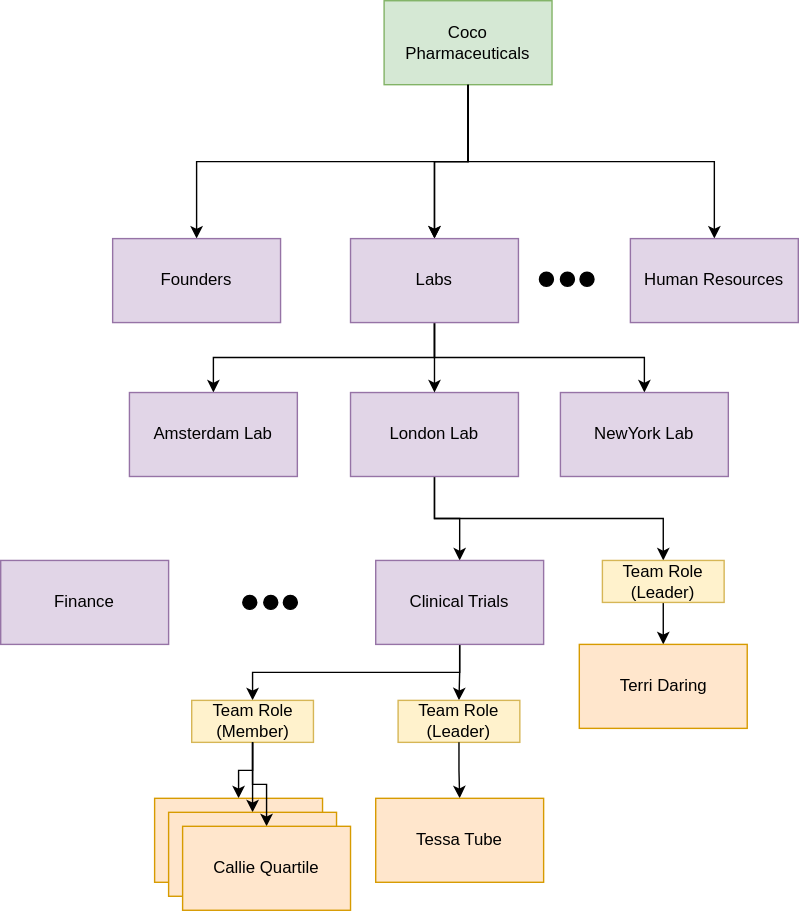
Above: site/docs/features/people-roles-organizations/coco-org-structure.svg in odpi/egeria-docs (draw.io), before the change. Source tidied: cells renumbered, new cells last; positions are measured from the earlier drawing's top-left corner, leaving out a move shared by most shapes.
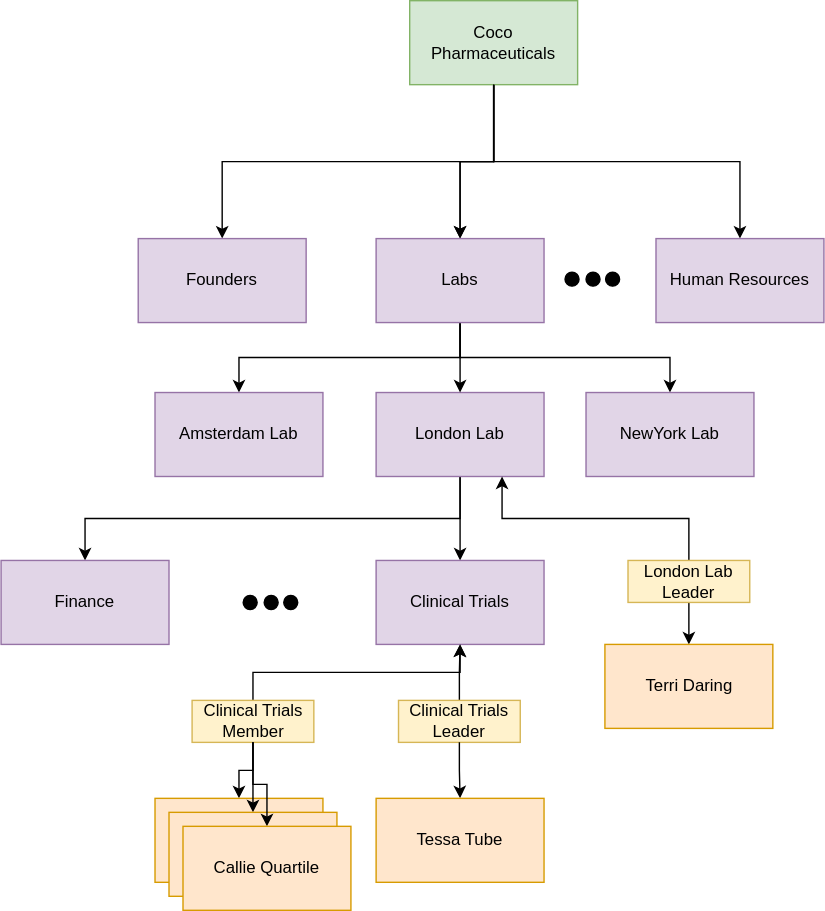
Above is the later version.

What changed in the source:
```diff
@@ -2,7 +2,7 @@
   <root>
     <mxCell id="0" />
     <mxCell id="1" parent="0" />
-    <mxCell id="2" style="edgeStyle=orthogonalEdgeStyle;rounded=0;jettySize=auto;html=1;exitX=0.5;exitY=1;exitDx=0;exitDy=0;entryX=0.5;entryY=0;entryDx=0;entryDy=0;" parent="1" edge="1" source="3" target="40">
+    <mxCell id="2" style="edgeStyle=orthogonalEdgeStyle;rounded=0;jettySize=auto;html=1;exitX=0.5;exitY=1;exitDx=0;exitDy=0;entryX=0.5;entryY=0;entryDx=0;entryDy=0;" parent="1" edge="1" source="3" target="41">
       <mxGeometry relative="1" as="geometry" />
     </mxCell>
     <mxCell id="3" value="Coco Pharmaceuticals" style="rounded=0;whiteSpace=wrap;html=1;fillColor=#d5e8d4;strokeColor=#82b366;" parent="1" vertex="1">
@@ -11,7 +11,7 @@
     <mxCell id="4" style="edgeStyle=orthogonalEdgeStyle;rounded=0;jettySize=auto;html=1;exitX=0.5;exitY=1;exitDx=0;exitDy=0;" parent="1" edge="1" source="3" target="7">
       <mxGeometry relative="1" as="geometry" />
     </mxCell>
-    <mxCell id="5" style="edgeStyle=orthogonalEdgeStyle;rounded=0;jettySize=auto;html=1;entryX=0.5;entryY=0;entryDx=0;entryDy=0;" parent="1" edge="1" source="3" target="40">
+    <mxCell id="5" style="edgeStyle=orthogonalEdgeStyle;rounded=0;jettySize=auto;html=1;entryX=0.5;entryY=0;entryDx=0;entryDy=0;" parent="1" edge="1" source="3" target="41">
       <mxGeometry relative="1" as="geometry" />
     </mxCell>
     <mxCell id="6" style="edgeStyle=orthogonalEdgeStyle;rounded=0;jettySize=auto;html=1;exitX=0.5;exitY=1;exitDx=0;exitDy=0;" parent="1" edge="1" source="3" target="11">
@@ -20,15 +20,10 @@
     <mxCell id="7" value="Founders" style="rounded=0;whiteSpace=wrap;html=1;fillColor=#e1d5e7;strokeColor=#9673a6;" parent="1" vertex="1">
       <mxGeometry x="80" y="170" width="120" height="60" as="geometry" />
     </mxCell>
-    <mxCell id="8" style="edgeStyle=orthogonalEdgeStyle;rounded=0;jettySize=auto;html=1;exitX=0.5;exitY=1;exitDx=0;exitDy=0;entryX=0.5;entryY=0;entryDx=0;entryDy=0;" parent="1" edge="1" source="10" target="17">
-      <mxGeometry relative="1" as="geometry">
-        <Array as="points">
-          <mxPoint x="310" y="370" />
-          <mxPoint x="328" y="370" />
-        </Array>
-      </mxGeometry>
+    <mxCell id="8" style="edgeStyle=orthogonalEdgeStyle;rounded=0;jettySize=auto;html=1;exitX=0.5;exitY=1;exitDx=0;exitDy=0;entryX=0.5;entryY=0;entryDx=0;entryDy=0;" parent="1" edge="1" source="10" target="16">
+      <mxGeometry relative="1" as="geometry" />
     </mxCell>
-    <mxCell id="9" style="edgeStyle=orthogonalEdgeStyle;rounded=0;jettySize=auto;html=1;exitX=0.5;exitY=1;exitDx=0;exitDy=0;" parent="1" edge="1" source="10" target="13">
+    <mxCell id="9" style="edgeStyle=orthogonalEdgeStyle;rounded=0;jettySize=auto;html=1;exitX=0.5;exitY=1;exitDx=0;exitDy=0;" parent="1" edge="1" source="10" target="15">
       <mxGeometry relative="1" as="geometry" />
     </mxCell>
     <mxCell id="10" value="London Lab" style="rounded=0;whiteSpace=wrap;html=1;fillColor=#e1d5e7;strokeColor=#9673a6;" parent="1" vertex="1">
@@ -37,98 +32,101 @@
     <mxCell id="11" value="Human Resources" style="rounded=0;whiteSpace=wrap;html=1;fillColor=#e1d5e7;strokeColor=#9673a6;" parent="1" vertex="1">
       <mxGeometry x="450" y="170" width="120" height="60" as="geometry" />
     </mxCell>
-    <mxCell id="12" style="edgeStyle=orthogonalEdgeStyle;rounded=0;jettySize=auto;html=1;exitX=0.5;exitY=1;exitDx=0;exitDy=0;" parent="1" edge="1" source="13" target="18">
+    <mxCell id="12" style="edgeStyle=orthogonalEdgeStyle;rounded=0;jettySize=auto;html=1;exitX=0.5;exitY=1;exitDx=0;exitDy=0;" parent="1" edge="1" source="14" target="17">
       <mxGeometry relative="1" as="geometry" />
     </mxCell>
-    <mxCell id="13" value="Team Role&lt;br&gt;(Leader)" style="rounded=0;whiteSpace=wrap;html=1;fillColor=#fff2cc;strokeColor=#d6b656;" parent="1" vertex="1">
-      <mxGeometry x="430" y="400" width="87" height="30" as="geometry" />
+    <mxCell id="13" style="edgeStyle=orthogonalEdgeStyle;rounded=0;jettySize=auto;html=1;exitX=0.5;exitY=0;exitDx=0;exitDy=0;entryX=0.75;entryY=1;entryDx=0;entryDy=0;" parent="1" edge="1" source="14" target="10">
+      <mxGeometry relative="1" as="geometry" />
     </mxCell>
-    <mxCell id="14" value="Finance" style="rounded=0;whiteSpace=wrap;html=1;fillColor=#e1d5e7;strokeColor=#9673a6;" parent="1" vertex="1">
-      <mxGeometry y="400" width="120" height="60" as="geometry" />
+    <mxCell id="14" value="London Lab Leader" style="rounded=0;whiteSpace=wrap;html=1;fillColor=#fff2cc;strokeColor=#d6b656;" parent="1" vertex="1">
+      <mxGeometry x="430" y="400" width="87" height="30" as="geometry" />
     </mxCell>
-    <mxCell id="15" style="edgeStyle=orthogonalEdgeStyle;rounded=0;jettySize=auto;html=1;exitX=0.5;exitY=1;exitDx=0;exitDy=0;" parent="1" edge="1" source="17" target="20">
-      <mxGeometry relative="1" as="geometry" />
+    <mxCell id="15" value="Finance" style="rounded=0;whiteSpace=wrap;html=1;fillColor=#e1d5e7;strokeColor=#9673a6;" parent="1" vertex="1">
+      <mxGeometry x="-18" y="400" width="120" height="60" as="geometry" />
     </mxCell>
-    <mxCell id="16" style="edgeStyle=orthogonalEdgeStyle;rounded=0;jettySize=auto;html=1;exitX=0.5;exitY=1;exitDx=0;exitDy=0;" parent="1" edge="1" source="17" target="19">
-      <mxGeometry relative="1" as="geometry" />
+    <mxCell id="16" value="Clinical Trials" style="rounded=0;whiteSpace=wrap;html=1;fillColor=#e1d5e7;strokeColor=#9673a6;" parent="1" vertex="1">
+      <mxGeometry x="250" y="400" width="120" height="60" as="geometry" />
     </mxCell>
-    <mxCell id="17" value="Clinical Trials" style="rounded=0;whiteSpace=wrap;html=1;fillColor=#e1d5e7;strokeColor=#9673a6;" parent="1" vertex="1">
-      <mxGeometry x="268" y="400" width="120" height="60" as="geometry" />
+    <mxCell id="17" value="Terri Daring" style="rounded=0;whiteSpace=wrap;html=1;fillColor=#ffe6cc;strokeColor=#d79b00;" parent="1" vertex="1">
+      <mxGeometry x="413.5" y="460" width="120" height="60" as="geometry" />
     </mxCell>
-    <mxCell id="18" value="Terri Daring" style="rounded=0;whiteSpace=wrap;html=1;fillColor=#ffe6cc;strokeColor=#d79b00;" parent="1" vertex="1">
-      <mxGeometry x="413.5" y="460" width="120" height="60" as="geometry" />
+    <mxCell id="18" style="edgeStyle=orthogonalEdgeStyle;rounded=0;jettySize=auto;html=1;exitX=0.5;exitY=0;exitDx=0;exitDy=0;entryX=0.5;entryY=1;entryDx=0;entryDy=0;" parent="1" edge="1" source="19" target="16">
+      <mxGeometry relative="1" as="geometry" />
     </mxCell>
-    <mxCell id="19" value="Team Role&lt;br&gt;(Member)" style="rounded=0;whiteSpace=wrap;html=1;fillColor=#fff2cc;strokeColor=#d6b656;" parent="1" vertex="1">
-      <mxGeometry x="136.5" y="500" width="87" height="30" as="geometry" />
+    <mxCell id="19" value="Clinical Trials Member" style="rounded=0;whiteSpace=wrap;html=1;fillColor=#fff2cc;strokeColor=#d6b656;" parent="1" vertex="1">
+      <mxGeometry x="118.5" y="500" width="87" height="30" as="geometry" />
     </mxCell>
-    <mxCell id="20" value="Team Role&lt;br&gt;(Leader)" style="rounded=0;whiteSpace=wrap;html=1;fillColor=#fff2cc;strokeColor=#d6b656;" parent="1" vertex="1">
-      <mxGeometry x="284" y="500" width="87" height="30" as="geometry" />
+    <mxCell id="20" style="edgeStyle=orthogonalEdgeStyle;rounded=0;jettySize=auto;html=1;exitX=0.5;exitY=0;exitDx=0;exitDy=0;entryX=0.5;entryY=1;entryDx=0;entryDy=0;" parent="1" edge="1" source="21" target="16">
+      <mxGeometry relative="1" as="geometry" />
     </mxCell>
-    <mxCell id="21" style="edgeStyle=orthogonalEdgeStyle;rounded=0;jettySize=auto;html=1;" parent="1" edge="1" source="20" target="22">
-      <mxGeometry relative="1" as="geometry" />
+    <mxCell id="21" value="Clinical Trials Leader" style="rounded=0;whiteSpace=wrap;html=1;fillColor=#fff2cc;strokeColor=#d6b656;" parent="1" vertex="1">
+      <mxGeometry x="266" y="500" width="87" height="30" as="geometry" />
     </mxCell>
-    <mxCell id="22" value="Tessa Tube" style="rounded=0;whiteSpace=wrap;html=1;fillColor=#ffe6cc;strokeColor=#d79b00;" parent="1" vertex="1">
-      <mxGeometry x="268" y="570" width="120" height="60" as="geometry" />
+    <mxCell id="22" style="edgeStyle=orthogonalEdgeStyle;rounded=0;jettySize=auto;html=1;" parent="1" edge="1" source="21" target="23">
+      <mxGeometry relative="1" as="geometry" />
     </mxCell>
-    <mxCell id="23" style="edgeStyle=orthogonalEdgeStyle;rounded=0;jettySize=auto;html=1;" parent="1" edge="1" source="19" target="24">
-      <mxGeometry relative="1" as="geometry" />
+    <mxCell id="23" value="Tessa Tube" style="rounded=0;whiteSpace=wrap;html=1;fillColor=#ffe6cc;strokeColor=#d79b00;" parent="1" vertex="1">
+      <mxGeometry x="250" y="570" width="120" height="60" as="geometry" />
     </mxCell>
-    <mxCell id="24" value="Person" style="rounded=0;whiteSpace=wrap;html=1;fillColor=#ffe6cc;strokeColor=#d79b00;" parent="1" vertex="1">
-      <mxGeometry x="110" y="570" width="120" height="60" as="geometry" />
+    <mxCell id="24" style="edgeStyle=orthogonalEdgeStyle;rounded=0;jettySize=auto;html=1;" parent="1" edge="1" source="19" target="25">
+      <mxGeometry relative="1" as="geometry" />
     </mxCell>
-    <mxCell id="25" style="edgeStyle=orthogonalEdgeStyle;rounded=0;jettySize=auto;html=1;" parent="1" edge="1" source="19" target="26">
-      <mxGeometry relative="1" as="geometry" />
+    <mxCell id="25" value="Person" style="rounded=0;whiteSpace=wrap;html=1;fillColor=#ffe6cc;strokeColor=#d79b00;" parent="1" vertex="1">
+      <mxGeometry x="92" y="570" width="120" height="60" as="geometry" />
     </mxCell>
-    <mxCell id="26" value="Person" style="rounded=0;whiteSpace=wrap;html=1;fillColor=#ffe6cc;strokeColor=#d79b00;" parent="1" vertex="1">
-      <mxGeometry x="120" y="580" width="120" height="60" as="geometry" />
+    <mxCell id="26" style="edgeStyle=orthogonalEdgeStyle;rounded=0;jettySize=auto;html=1;" parent="1" edge="1" source="19" target="27">
+      <mxGeometry relative="1" as="geometry" />
     </mxCell>
-    <mxCell id="27" style="edgeStyle=orthogonalEdgeStyle;rounded=0;jettySize=auto;html=1;" parent="1" edge="1" source="19" target="28">
-      <mxGeometry relative="1" as="geometry" />
+    <mxCell id="27" value="Person" style="rounded=0;whiteSpace=wrap;html=1;fillColor=#ffe6cc;strokeColor=#d79b00;" parent="1" vertex="1">
+      <mxGeometry x="102" y="580" width="120" height="60" as="geometry" />
     </mxCell>
-    <mxCell id="28" value="Callie Quartile" style="rounded=0;whiteSpace=wrap;html=1;fillColor=#ffe6cc;strokeColor=#d79b00;" parent="1" vertex="1">
-      <mxGeometry x="130" y="590" width="120" height="60" as="geometry" />
+    <mxCell id="28" style="edgeStyle=orthogonalEdgeStyle;rounded=0;jettySize=auto;html=1;" parent="1" edge="1" source="19" target="29">
+      <mxGeometry relative="1" as="geometry" />
     </mxCell>
-    <mxCell id="29" style="group;" parent="1" vertex="1">
-      <mxGeometry x="385" y="194" width="39" height="10" as="geometry" />
+    <mxCell id="29" value="Callie Quartile" style="rounded=0;whiteSpace=wrap;html=1;fillColor=#ffe6cc;strokeColor=#d79b00;" parent="1" vertex="1">
+      <mxGeometry x="112" y="590" width="120" height="60" as="geometry" />
     </mxCell>
-    <mxCell id="30" style="ellipse;whiteSpace=wrap;html=1;fillColor=#000000;" parent="29" vertex="1">
-      <mxGeometry width="10" height="10" as="geometry" />
+    <mxCell id="30" style="group;" parent="1" vertex="1">
+      <mxGeometry x="385" y="194" width="39" height="10" as="geometry" />
     </mxCell>
-    <mxCell id="31" style="ellipse;whiteSpace=wrap;html=1;fillColor=#000000;" parent="29" vertex="1">
-      <mxGeometry x="15" width="10" height="10" as="geometry" />
+    <mxCell id="31" style="ellipse;whiteSpace=wrap;html=1;fillColor=#000000;" parent="30" vertex="1">
+      <mxGeometry width="10" height="10" as="geometry" />
     </mxCell>
-    <mxCell id="32" style="ellipse;whiteSpace=wrap;html=1;fillColor=#000000;" parent="29" vertex="1">
-      <mxGeometry x="29" width="10" height="10" as="geometry" />
+    <mxCell id="32" style="ellipse;whiteSpace=wrap;html=1;fillColor=#000000;" parent="30" vertex="1">
+      <mxGeometry x="15" width="10" height="10" as="geometry" />
     </mxCell>
-    <mxCell id="33" style="group;" parent="1" vertex="1">
-      <mxGeometry x="173" y="425" width="39" height="10" as="geometry" />
+    <mxCell id="33" style="ellipse;whiteSpace=wrap;html=1;fillColor=#000000;" parent="30" vertex="1">
+      <mxGeometry x="29" width="10" height="10" as="geometry" />
     </mxCell>
-    <mxCell id="34" style="ellipse;whiteSpace=wrap;html=1;fillColor=#000000;" parent="33" vertex="1">
-      <mxGeometry width="10" height="10" as="geometry" />
+    <mxCell id="34" style="group;" parent="1" vertex="1">
+      <mxGeometry x="155" y="425" width="39" height="10" as="geometry" />
     </mxCell>
-    <mxCell id="35" style="ellipse;whiteSpace=wrap;html=1;fillColor=#000000;" parent="33" vertex="1">
-      <mxGeometry x="15" width="10" height="10" as="geometry" />
+    <mxCell id="35" style="ellipse;whiteSpace=wrap;html=1;fillColor=#000000;" parent="34" vertex="1">
+      <mxGeometry width="10" height="10" as="geometry" />
     </mxCell>
-    <mxCell id="36" style="ellipse;whiteSpace=wrap;html=1;fillColor=#000000;" parent="33" vertex="1">
-      <mxGeometry x="29" width="10" height="10" as="geometry" />
+    <mxCell id="36" style="ellipse;whiteSpace=wrap;html=1;fillColor=#000000;" parent="34" vertex="1">
+      <mxGeometry x="15" width="10" height="10" as="geometry" />
     </mxCell>
-    <mxCell id="37" style="edgeStyle=orthogonalEdgeStyle;rounded=0;jettySize=auto;html=1;entryX=0.5;entryY=0;entryDx=0;entryDy=0;exitX=0.5;exitY=1;exitDx=0;exitDy=0;" parent="1" edge="1" source="40" target="42">
-      <mxGeometry relative="1" as="geometry" />
+    <mxCell id="37" style="ellipse;whiteSpace=wrap;html=1;fillColor=#000000;" parent="34" vertex="1">
+      <mxGeometry x="29" width="10" height="10" as="geometry" />
     </mxCell>
-    <mxCell id="38" style="edgeStyle=orthogonalEdgeStyle;rounded=0;jettySize=auto;html=1;exitX=0.5;exitY=1;exitDx=0;exitDy=0;" parent="1" edge="1" source="40" target="10">
+    <mxCell id="38" style="edgeStyle=orthogonalEdgeStyle;rounded=0;jettySize=auto;html=1;entryX=0.5;entryY=0;entryDx=0;entryDy=0;exitX=0.5;exitY=1;exitDx=0;exitDy=0;" parent="1" edge="1" source="41" target="43">
       <mxGeometry relative="1" as="geometry" />
     </mxCell>
-    <mxCell id="39" style="edgeStyle=orthogonalEdgeStyle;rounded=0;jettySize=auto;html=1;exitX=0.5;exitY=1;exitDx=0;exitDy=0;" parent="1" edge="1" source="40" target="41">
+    <mxCell id="39" style="edgeStyle=orthogonalEdgeStyle;rounded=0;jettySize=auto;html=1;exitX=0.5;exitY=1;exitDx=0;exitDy=0;" parent="1" edge="1" source="41" target="10">
       <mxGeometry relative="1" as="geometry" />
     </mxCell>
-    <mxCell id="40" value="Labs" style="rounded=0;whiteSpace=wrap;html=1;fillColor=#e1d5e7;strokeColor=#9673a6;" parent="1" vertex="1">
-      <mxGeometry x="250" y="170" width="120" height="60" as="geometry" />
+    <mxCell id="40" style="edgeStyle=orthogonalEdgeStyle;rounded=0;jettySize=auto;html=1;exitX=0.5;exitY=1;exitDx=0;exitDy=0;" parent="1" edge="1" source="41" target="42">
+      <mxGeometry relative="1" as="geometry" />
     </mxCell>
-    <mxCell id="41" value="NewYork Lab" style="rounded=0;whiteSpace=wrap;html=1;fillColor=#e1d5e7;strokeColor=#9673a6;" parent="1" vertex="1">
-      <mxGeometry x="400" y="280" width="120" height="60" as="geometry" />
+    <mxCell id="41" value="Labs" style="rounded=0;whiteSpace=wrap;html=1;fillColor=#e1d5e7;strokeColor=#9673a6;" parent="1" vertex="1">
+      <mxGeometry x="250" y="170" width="120" height="60" as="geometry" />
     </mxCell>
-    <mxCell id="42" value="Amsterdam Lab" style="rounded=0;whiteSpace=wrap;html=1;fillColor=#e1d5e7;strokeColor=#9673a6;" parent="1" vertex="1">
-      <mxGeometry x="92" y="280" width="120" height="60" as="geometry" />
+    <mxCell id="42" value="NewYork Lab" style="rounded=0;whiteSpace=wrap;html=1;fillColor=#e1d5e7;strokeColor=#9673a6;" parent="1" vertex="1">
+      <mxGeometry x="400" y="280" width="120" height="60" as="geometry" />
     </mxCell>
+    <mxCell id="43" value="Amsterdam Lab" style="rounded=0;whiteSpace=wrap;html=1;fillColor=#e1d5e7;strokeColor=#9673a6;" parent="1" vertex="1">
+      <mxGeometry x="92" y="280" width="120" height="60" as="geometry" />
+    </mxCell>
   </root>
 </mxGraphModel>
```
